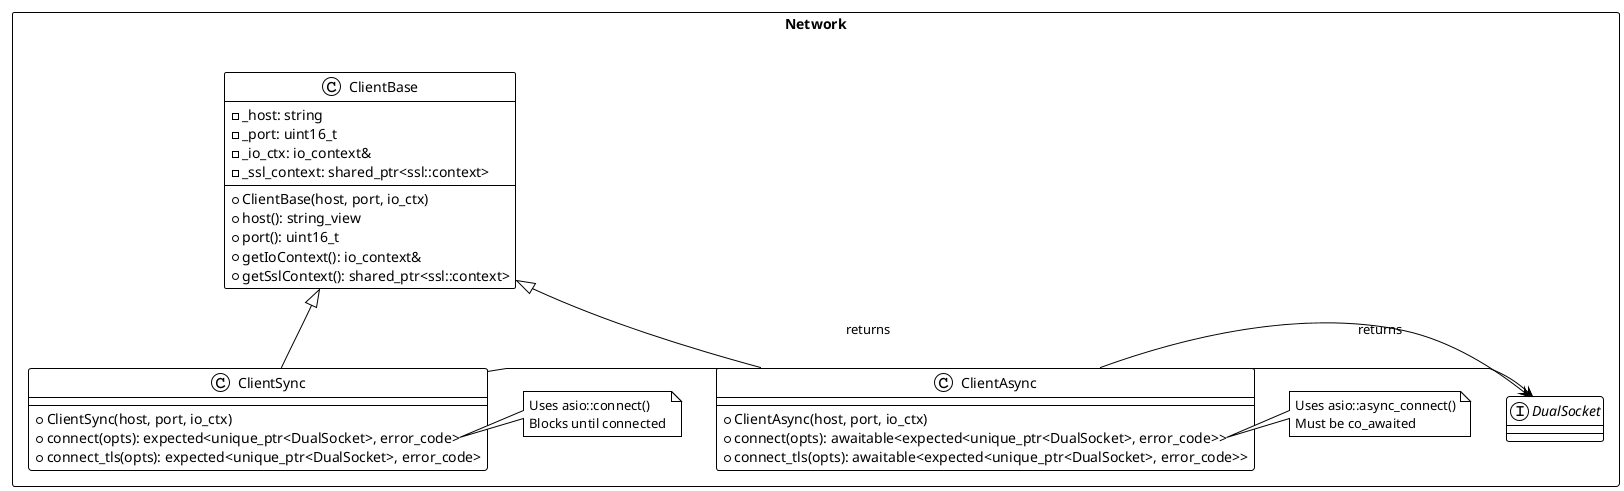
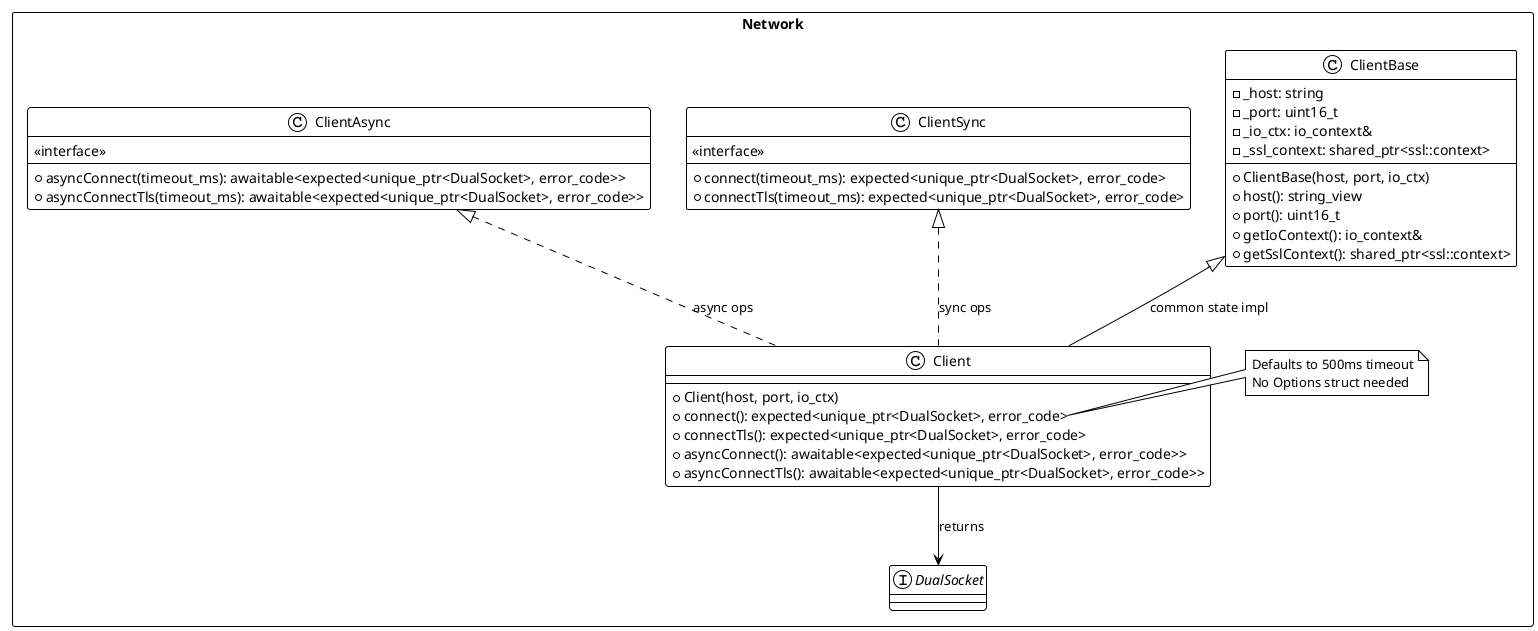
@startuml ClientImplementation
!theme plain
skinparam packageStyle rectangle

package "Network" {
  class "ClientBase" {
    -_host: string
    -_port: uint16_t
    -_io_ctx: io_context&
    -_ssl_context: shared_ptr<ssl::context>
    +ClientBase(host, port, io_ctx)
    +host(): string_view
    +port(): uint16_t
    +getIoContext(): io_context&
    +getSslContext(): shared_ptr<ssl::context>
  }

  class "ClientSync" {
-     +ClientSync(host, port, io_ctx)
-     +connect(opts): expected<unique_ptr<DualSocket>, error_code>
-     +connect_tls(opts): expected<unique_ptr<DualSocket>, error_code>
+     <<interface>>
+     +connect(timeout_ms): expected<unique_ptr<DualSocket>, error_code>
+     +connectTls(timeout_ms): expected<unique_ptr<DualSocket>, error_code>
  }

  class "ClientAsync" {
-     +ClientAsync(host, port, io_ctx)
-     +connect(opts): awaitable<expected<unique_ptr<DualSocket>, error_code>>
-     +connect_tls(opts): awaitable<expected<unique_ptr<DualSocket>, error_code>>
+     <<interface>>
+     +asyncConnect(timeout_ms): awaitable<expected<unique_ptr<DualSocket>, error_code>>
+     +asyncConnectTls(timeout_ms): awaitable<expected<unique_ptr<DualSocket>, error_code>>
+   }
+ 
+   class "Client" {
+     +Client(host, port, io_ctx)
+     +connect(): expected<unique_ptr<DualSocket>, error_code>
+     +connectTls(): expected<unique_ptr<DualSocket>, error_code>
+     +asyncConnect(): awaitable<expected<unique_ptr<DualSocket>, error_code>>
+     +asyncConnectTls(): awaitable<expected<unique_ptr<DualSocket>, error_code>>
  }

  interface "DualSocket" as DualSocket_IF

-   ClientBase <|-- ClientSync
-   ClientBase <|-- ClientAsync
-   ClientSync -> DualSocket_IF: returns
-   ClientAsync -> DualSocket_IF: returns
- 
-   note right of ClientBase::Options
-     struct Options {
-       timeout: milliseconds
-     }
+   note right of Client::connect
+     Defaults to 500ms timeout
+     No Options struct needed
  end note

-   note right of ClientSync::connect
-     Uses asio::connect()
-     Blocks until connected
+   note right of Client::ClientSync
+     <<interface>> - sync connection
  end note

-   note right of ClientAsync::connect
-     Uses asio::async_connect()
-     Must be co_awaited
+   note right of Client::ClientAsync
+     <<interface>> - coroutine-based
  end note
+ 
+   ClientBase <|-- Client : common state impl
+   ClientSync <|.. Client : sync ops
+   ClientAsync <|.. Client : async ops
+   Client --> DualSocket_IF : returns
}
- @enduml
+ @enduml